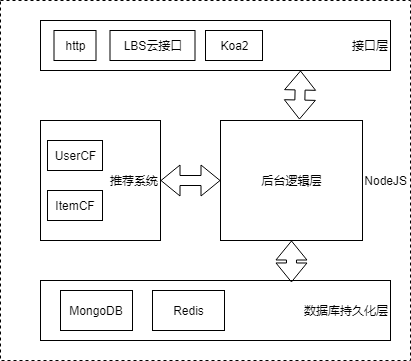
Above: clm/c4-服务端架构图.png in kkltmoyu/draw.io-graph (draw.io), before the change. Source tidied: cells renumbered, new cells last; positions are measured from the earlier drawing's top-left corner, leaving out a move shared by most shapes. The source it was exported from:
```xml
<mxGraphModel>
  <root>
    <mxCell id="0" />
    <mxCell id="1" parent="0" />
    <mxCell id="2" value="NodeJS" style="rounded=0;whiteSpace=wrap;html=1;dashed=1;align=right;" parent="1" vertex="1">
      <mxGeometry width="410" height="360" as="geometry" />
    </mxCell>
    <mxCell id="3" value="接口层" style="rounded=0;whiteSpace=wrap;html=1;align=right;" parent="1" vertex="1">
      <mxGeometry x="40" y="20" width="350" height="50" as="geometry" />
    </mxCell>
    <mxCell id="4" value="http" style="rounded=0;whiteSpace=wrap;html=1;" parent="1" vertex="1">
      <mxGeometry x="53.5" y="30" width="42" height="30" as="geometry" />
    </mxCell>
    <mxCell id="5" value="LBS云接口" style="rounded=0;whiteSpace=wrap;html=1;" parent="1" vertex="1">
      <mxGeometry x="109.5" y="30" width="85" height="30" as="geometry" />
    </mxCell>
    <mxCell id="6" value="推荐系统" style="rounded=0;whiteSpace=wrap;html=1;align=right;" parent="1" vertex="1">
      <mxGeometry x="40" y="120" width="120" height="120" as="geometry" />
    </mxCell>
    <mxCell id="7" value="后台逻辑层" style="rounded=0;whiteSpace=wrap;html=1;" parent="1" vertex="1">
      <mxGeometry x="220" y="120" width="142" height="120" as="geometry" />
    </mxCell>
    <mxCell id="8" value="数据库持久化层" style="rounded=0;whiteSpace=wrap;html=1;align=right;" parent="1" vertex="1">
      <mxGeometry x="40" y="280" width="350" height="60" as="geometry" />
    </mxCell>
    <mxCell id="9" style="shape=flexArrow;endArrow=classic;startArrow=classic;html=1;" parent="1" edge="1" source="6" target="7">
      <mxGeometry relative="1" as="geometry" />
    </mxCell>
    <mxCell id="10" style="shape=flexArrow;endArrow=classic;startArrow=classic;html=1;exitX=0.556;exitY=-0.008;exitDx=0;exitDy=0;exitPerimeter=0;" parent="1" edge="1" source="7">
      <mxGeometry relative="1" as="geometry">
        <mxPoint x="300" y="70" as="targetPoint" />
      </mxGeometry>
    </mxCell>
    <mxCell id="11" style="shape=flexArrow;endArrow=classic;startArrow=classic;html=1;entryX=0.5;entryY=1;entryDx=0;entryDy=0;exitX=0.717;exitY=0.033;exitDx=0;exitDy=0;exitPerimeter=0;" parent="1" edge="1" source="8" target="7">
      <mxGeometry relative="1" as="geometry" />
    </mxCell>
    <mxCell id="12" value="Koa2" style="rounded=0;whiteSpace=wrap;html=1;" parent="1" vertex="1">
      <mxGeometry x="205" y="30" width="57" height="30" as="geometry" />
    </mxCell>
    <mxCell id="13" value="UserCF" style="rounded=0;whiteSpace=wrap;html=1;" parent="1" vertex="1">
      <mxGeometry x="47" y="140" width="55" height="30" as="geometry" />
    </mxCell>
    <mxCell id="14" value="ItemCF" style="rounded=0;whiteSpace=wrap;html=1;" parent="1" vertex="1">
      <mxGeometry x="47" y="190" width="55" height="30" as="geometry" />
    </mxCell>
    <mxCell id="15" value="MongoDB" style="rounded=0;whiteSpace=wrap;html=1;" parent="1" vertex="1">
      <mxGeometry x="60" y="290" width="72" height="40" as="geometry" />
    </mxCell>
    <mxCell id="16" value="Redis" style="rounded=0;whiteSpace=wrap;html=1;" parent="1" vertex="1">
      <mxGeometry x="152" y="290" width="72" height="40" as="geometry" />
    </mxCell>
  </root>
</mxGraphModel>
```
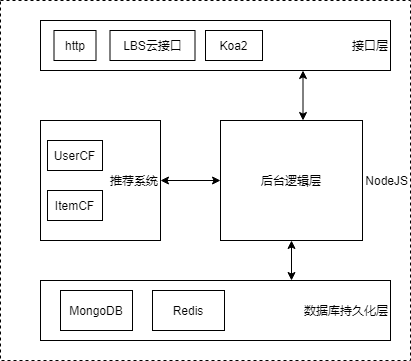
Later version of the same file.

The edit, as a diff of the source:
```diff
@@ -23,17 +23,6 @@
     <mxCell id="8" value="数据库持久化层" style="rounded=0;whiteSpace=wrap;html=1;align=right;" parent="1" vertex="1">
       <mxGeometry x="40" y="280" width="350" height="60" as="geometry" />
     </mxCell>
-    <mxCell id="9" style="shape=flexArrow;endArrow=classic;startArrow=classic;html=1;" parent="1" edge="1" source="6" target="7">
-      <mxGeometry relative="1" as="geometry" />
-    </mxCell>
-    <mxCell id="10" style="shape=flexArrow;endArrow=classic;startArrow=classic;html=1;exitX=0.556;exitY=-0.008;exitDx=0;exitDy=0;exitPerimeter=0;" parent="1" edge="1" source="7">
-      <mxGeometry relative="1" as="geometry">
-        <mxPoint x="300" y="70" as="targetPoint" />
-      </mxGeometry>
-    </mxCell>
-    <mxCell id="11" style="shape=flexArrow;endArrow=classic;startArrow=classic;html=1;entryX=0.5;entryY=1;entryDx=0;entryDy=0;exitX=0.717;exitY=0.033;exitDx=0;exitDy=0;exitPerimeter=0;" parent="1" edge="1" source="8" target="7">
-      <mxGeometry relative="1" as="geometry" />
-    </mxCell>
     <mxCell id="12" value="Koa2" style="rounded=0;whiteSpace=wrap;html=1;" parent="1" vertex="1">
       <mxGeometry x="205" y="30" width="57" height="30" as="geometry" />
     </mxCell>
@@ -49,5 +38,16 @@
     <mxCell id="16" value="Redis" style="rounded=0;whiteSpace=wrap;html=1;" parent="1" vertex="1">
       <mxGeometry x="152" y="290" width="72" height="40" as="geometry" />
     </mxCell>
+    <mxCell id="17" style="endArrow=classic;startArrow=classic;html=1;entryX=0.75;entryY=1;entryDx=0;entryDy=0;exitX=0.581;exitY=0;exitDx=0;exitDy=0;exitPerimeter=0;" parent="1" edge="1" source="7" target="3">
+      <mxGeometry relative="1" as="geometry" />
+    </mxCell>
+    <mxCell id="9" style="endArrow=classic;startArrow=classic;html=1;entryX=0;entryY=0.5;entryDx=0;entryDy=0;" parent="1" edge="1" source="6" target="7">
+      <mxGeometry relative="1" as="geometry" />
+    </mxCell>
+    <mxCell id="18" style="endArrow=classic;startArrow=classic;html=1;entryX=0.5;entryY=1;entryDx=0;entryDy=0;" parent="1" edge="1" target="7">
+      <mxGeometry relative="1" as="geometry">
+        <mxPoint x="291" y="280" as="sourcePoint" />
+      </mxGeometry>
+    </mxCell>
   </root>
 </mxGraphModel>
```
